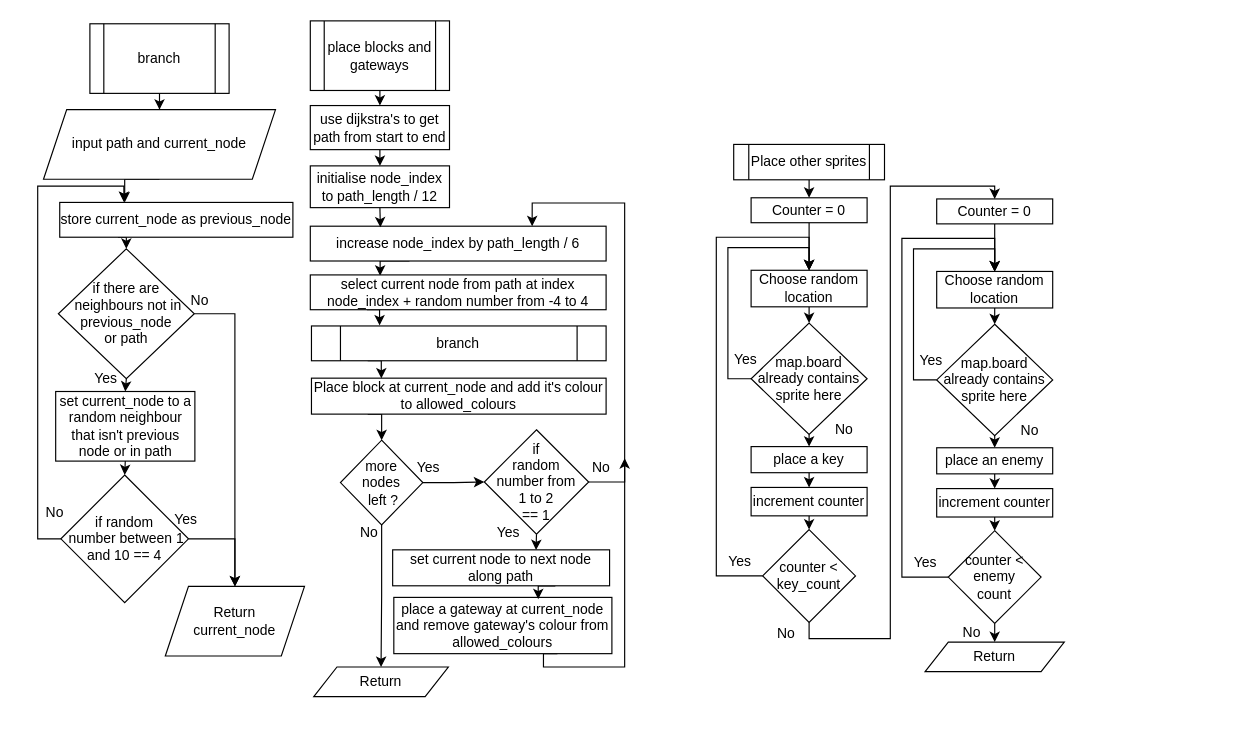
Scaniox/H446-programming-project keeps this draw.io diagram as maze population.drawio. Above is the earlier version. Source tidied: cells renumbered, new cells numbered last; positions are measured from the earlier drawing's top-left corner, leaving out a move shared by most shapes. Both pictures are drawn from the tidied source at 116%, with x=0, y=0 at pixel (20, 21).
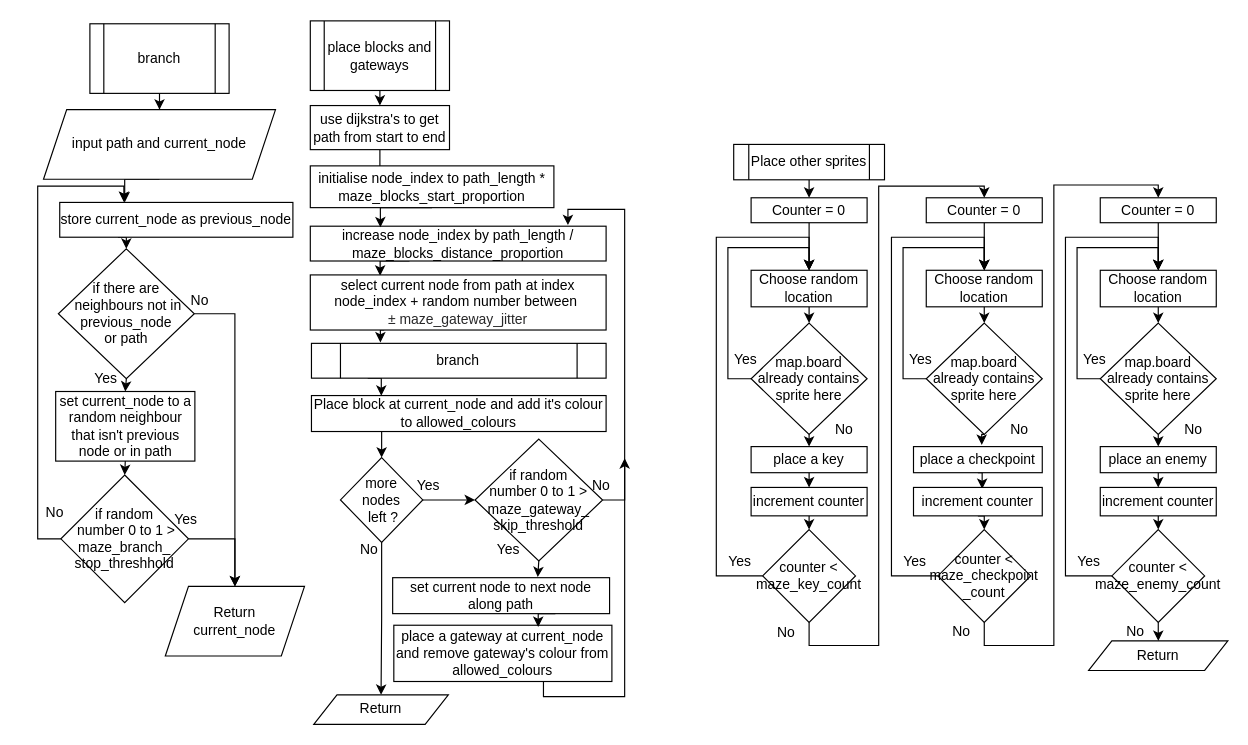
Above is the later version.

Diff of the diagram source:
```diff
@@
-    <mxCell id="7" value="increase node_index by path_length / 6" style="rounded=0;whiteSpace=wrap;html=1;" parent="1" vertex="1">
+    <mxCell id="7" value="increase node_index by path_length / maze_blocks_distance_proportion" style="rounded=0;whiteSpace=wrap;html=1;" parent="1" vertex="1">
       <mxGeometry x="250" y="176.5" width="255" height="30" as="geometry" />
     </mxCell>
     <mxCell id="8" style="edgeStyle=orthogonalEdgeStyle;rounded=0;jettySize=auto;html=1;exitX=0.5;exitY=1;exitDx=0;exitDy=0;entryX=0.237;entryY=0.033;entryDx=0;entryDy=0;entryPerimeter=0;" parent="1" edge="1" source="9" target="7">
-      <mxGeometry relative="1" as="geometry" />
+      <mxGeometry relative="1" as="geometry">
+        <Array as="points">
+          <mxPoint x="310" y="160" />
+          <mxPoint x="310" y="177" />
+          <mxPoint x="310" y="177" />
+        </Array>
+      </mxGeometry>
     </mxCell>
-    <mxCell id="9" value="initialise node_index to path_length / 12" style="rounded=0;whiteSpace=wrap;html=1;" parent="1" vertex="1">
-      <mxGeometry x="250" y="124.5" width="120" height="36" as="geometry" />
+    <mxCell id="9" value="initialise node_index to path_length * maze_blocks_start_proportion" style="rounded=0;whiteSpace=wrap;html=1;" parent="1" vertex="1">
+      <mxGeometry x="250" y="124.5" width="210" height="36" as="geometry" />
     </mxCell>
@@
+    <mxCell id="90" style="edgeStyle=orthogonalEdgeStyle;rounded=0;jettySize=auto;html=1;exitX=0.25;exitY=1;exitDx=0;exitDy=0;entryX=0.234;entryY=-0.026;entryDx=0;entryDy=0;entryPerimeter=0;fontFamily=Helvetica;fontSize=12;" parent="1" edge="1" source="11" target="39">
+      <mxGeometry relative="1" as="geometry" />
+    </mxCell>
-    <mxCell id="11" value="select current node from path at index node_index + random number from -4 to 4" style="rounded=0;whiteSpace=wrap;html=1;" parent="1" vertex="1">
-      <mxGeometry x="250" y="218.5" width="255" height="30" as="geometry" />
+    <mxCell id="11" value="select current node from path at index node_index + random number between&amp;nbsp;&lt;br&gt;&lt;span style=&quot;color: rgb(40 , 40 , 41) ; background-color: rgb(255 , 255 , 255)&quot;&gt;&lt;font style=&quot;font-size: 12px&quot;&gt;± maze_gateway_jitter&lt;/font&gt;&lt;/span&gt;" style="rounded=0;whiteSpace=wrap;html=1;" parent="1" vertex="1">
+      <mxGeometry x="250" y="218.5" width="255" height="47.5" as="geometry" />
     </mxCell>
-    <mxCell id="12" style="edgeStyle=orthogonalEdgeStyle;rounded=0;jettySize=auto;html=1;exitX=0.75;exitY=1;exitDx=0;exitDy=0;entryX=0.75;entryY=0;entryDx=0;entryDy=0;" parent="1" edge="1" source="13" target="7">
+    <mxCell id="12" style="edgeStyle=orthogonalEdgeStyle;rounded=0;jettySize=auto;html=1;exitX=0.75;exitY=1;exitDx=0;exitDy=0;entryX=0.871;entryY=-0.031;entryDx=0;entryDy=0;entryPerimeter=0;" parent="1" edge="1" source="13" target="7">
       <mxGeometry relative="1" as="geometry">
         <Array as="points">
-          <mxPoint x="451" y="545.5" />
-          <mxPoint x="451" y="556.5" />
-          <mxPoint x="521" y="556.5" />
-          <mxPoint x="521" y="156.5" />
-          <mxPoint x="441" y="156.5" />
+          <mxPoint x="463" y="560" />
+          <mxPoint x="451" y="560" />
+          <mxPoint x="451" y="582" />
+          <mxPoint x="521" y="582" />
+          <mxPoint x="521" y="162" />
+          <mxPoint x="472" y="162" />
         </Array>
       </mxGeometry>
     </mxCell>
     <mxCell id="13" value="place a gateway at current_node and remove gateway's colour from allowed_colours" style="rounded=0;whiteSpace=wrap;html=1;" parent="1" vertex="1">
-      <mxGeometry x="322" y="496.5" width="188" height="48.5" as="geometry" />
+      <mxGeometry x="322" y="520.5" width="188" height="48.5" as="geometry" />
     </mxCell>
@@
     <mxCell id="20" value="more &lt;br&gt;nodes&lt;br&gt;&amp;nbsp;left ?" style="rhombus;whiteSpace=wrap;html=1;" parent="1" vertex="1">
-      <mxGeometry x="276" y="361" width="71" height="73" as="geometry" />
+      <mxGeometry x="276" y="376" width="71" height="73" as="geometry" />
     </mxCell>
@@
-    <mxCell id="30" value="if random&lt;br&gt;&amp;nbsp;number between 1 and 10 == 4" style="rhombus;whiteSpace=wrap;html=1;" parent="1" vertex="1">
+    <mxCell id="30" value="if random&lt;br&gt;&amp;nbsp;number 0 to 1 &amp;gt; maze_branch_&lt;br&gt;stop_threshhold" style="rhombus;whiteSpace=wrap;html=1;" parent="1" vertex="1">
       <mxGeometry x="35" y="391" width="110" height="110" as="geometry" />
     </mxCell>
@@
     <mxCell id="35" value="Yes" style="text;html=1;strokeColor=none;fillColor=none;align=center;verticalAlign=middle;whiteSpace=wrap;rounded=0;" parent="1" vertex="1">
-      <mxGeometry x="322" y="369.5" width="60" height="30" as="geometry" />
+      <mxGeometry x="322" y="384.5" width="60" height="30" as="geometry" />
     </mxCell>
@@
     <mxCell id="38" style="edgeStyle=orthogonalEdgeStyle;rounded=0;orthogonalLoop=1;jettySize=auto;html=1;exitX=0.25;exitY=1;exitDx=0;exitDy=0;entryX=0.296;entryY=0.005;entryDx=0;entryDy=0;entryPerimeter=0;" parent="1" edge="1">
       <mxGeometry relative="1" as="geometry">
-        <mxPoint x="299.5" y="292.5" as="sourcePoint" />
-        <mxPoint x="311.2" y="307.7" as="targetPoint" />
+        <mxPoint x="299.5" y="307.5" as="sourcePoint" />
+        <mxPoint x="311.2" y="322.7" as="targetPoint" />
         <Array as="points">
-          <mxPoint x="311" y="292.5" />
           <mxPoint x="311" y="307.5" />
+          <mxPoint x="311" y="322.5" />
         </Array>
       </mxGeometry>
     </mxCell>
     <mxCell id="39" value="branch" style="shape=process;whiteSpace=wrap;html=1;backgroundOutline=1;" parent="1" vertex="1">
-      <mxGeometry x="251" y="262.5" width="254" height="30" as="geometry" />
+      <mxGeometry x="251" y="277.5" width="254" height="30" as="geometry" />
     </mxCell>
     <mxCell id="40" style="edgeStyle=orthogonalEdgeStyle;rounded=0;jettySize=auto;html=1;exitX=0.25;exitY=1;exitDx=0;exitDy=0;entryX=0.5;entryY=0;entryDx=0;entryDy=0;" parent="1" edge="1" target="20">
       <mxGeometry relative="1" as="geometry">
-        <mxPoint x="299.5" y="338.5" as="sourcePoint" />
+        <mxPoint x="299.5" y="353.5" as="sourcePoint" />
       </mxGeometry>
     </mxCell>
     <mxCell id="41" value="Place block at current_node and add it's colour to allowed_colours" style="rounded=0;whiteSpace=wrap;html=1;" parent="1" vertex="1">
-      <mxGeometry x="251" y="307.5" width="254" height="31" as="geometry" />
+      <mxGeometry x="251" y="322.5" width="254" height="31" as="geometry" />
     </mxCell>
@@
     <mxCell id="43" value="set current node to next node along path" style="rounded=0;whiteSpace=wrap;html=1;" parent="1" vertex="1">
-      <mxGeometry x="321" y="455.5" width="187" height="31" as="geometry" />
+      <mxGeometry x="321" y="479.5" width="187" height="31" as="geometry" />
     </mxCell>
     <mxCell id="44" style="edgeStyle=orthogonalEdgeStyle;rounded=0;jettySize=auto;html=1;exitX=1;exitY=0.5;exitDx=0;exitDy=0;" parent="1" edge="1" source="46">
       <mxGeometry relative="1" as="geometry">
         <mxPoint x="521" y="376.5" as="targetPoint" />
+        <Array as="points">
+          <mxPoint x="521" y="412" />
+        </Array>
       </mxGeometry>
     </mxCell>
-    <mxCell id="45" style="edgeStyle=orthogonalEdgeStyle;rounded=0;jettySize=auto;html=1;exitX=0.5;exitY=1;exitDx=0;exitDy=0;entryX=0.661;entryY=0.005;entryDx=0;entryDy=0;entryPerimeter=0;" parent="1" edge="1" source="46" target="43">
+    <mxCell id="45" style="edgeStyle=orthogonalEdgeStyle;rounded=0;jettySize=auto;html=1;exitX=0.5;exitY=1;exitDx=0;exitDy=0;entryX=0.669;entryY=-0.018;entryDx=0;entryDy=0;entryPerimeter=0;" parent="1" edge="1" source="46" target="43">
       <mxGeometry relative="1" as="geometry" />
     </mxCell>
-    <mxCell id="46" value="if &lt;br&gt;random &lt;br&gt;number from&lt;br&gt;1 to 2&lt;br&gt;== 1" style="rhombus;whiteSpace=wrap;html=1;" parent="1" vertex="1">
-      <mxGeometry x="400" y="352" width="90" height="90" as="geometry" />
+    <mxCell id="46" value="if random &lt;br&gt;number 0 to 1 &amp;gt; maze_gateway_&lt;br&gt;skip_threshold" style="rhombus;whiteSpace=wrap;html=1;" parent="1" vertex="1">
+      <mxGeometry x="392" y="360" width="110" height="105" as="geometry" />
     </mxCell>
     <mxCell id="47" value="Yes" style="text;html=1;strokeColor=none;fillColor=none;align=center;verticalAlign=middle;whiteSpace=wrap;rounded=0;" parent="1" vertex="1">
-      <mxGeometry x="391" y="425.5" width="60" height="30" as="geometry" />
+      <mxGeometry x="391" y="440.5" width="60" height="30" as="geometry" />
     </mxCell>
     <mxCell id="48" value="No" style="text;html=1;strokeColor=none;fillColor=none;align=center;verticalAlign=middle;whiteSpace=wrap;rounded=0;" parent="1" vertex="1">
-      <mxGeometry x="471" y="369.5" width="60" height="30" as="geometry" />
+      <mxGeometry x="471" y="384.5" width="60" height="30" as="geometry" />
     </mxCell>
     <mxCell id="49" value="Return" style="shape=parallelogram;perimeter=parallelogramPerimeter;whiteSpace=wrap;html=1;fixedSize=1;" parent="1" vertex="1">
-      <mxGeometry x="253" y="556.5" width="116" height="25.5" as="geometry" />
+      <mxGeometry x="253" y="580.5" width="116" height="25.5" as="geometry" />
     </mxCell>
     <mxCell id="50" value="No" style="text;html=1;strokeColor=none;fillColor=none;align=center;verticalAlign=middle;whiteSpace=wrap;rounded=0;" parent="1" vertex="1">
-      <mxGeometry x="271" y="425.5" width="60" height="30" as="geometry" />
+      <mxGeometry x="271" y="440.5" width="60" height="30" as="geometry" />
     </mxCell>
@@
-    <mxCell id="63" style="edgeStyle=orthogonalEdgeStyle;rounded=0;jettySize=auto;html=1;exitX=0.5;exitY=1;exitDx=0;exitDy=0;entryX=0.5;entryY=0;entryDx=0;entryDy=0;" parent="1" edge="1" source="64" target="84">
+    <mxCell id="63" style="edgeStyle=orthogonalEdgeStyle;rounded=0;jettySize=auto;html=1;exitX=0.5;exitY=1;exitDx=0;exitDy=0;entryX=0.5;entryY=0;entryDx=0;entryDy=0;fontFamily=Helvetica;fontSize=12;" parent="1" edge="1" source="64" target="84">
       <mxGeometry relative="1" as="geometry">
         <Array as="points">
-          <mxPoint x="680" y="532" />
-          <mxPoint x="750" y="532" />
-          <mxPoint x="750" y="142" />
-          <mxPoint x="840" y="142" />
+          <mxPoint x="680" y="538" />
+          <mxPoint x="740" y="538" />
+          <mxPoint x="740" y="142" />
+          <mxPoint x="831" y="142" />
         </Array>
       </mxGeometry>
     </mxCell>
-    <mxCell id="64" value="counter &amp;lt; key_count" style="rhombus;whiteSpace=wrap;html=1;" parent="1" vertex="1">
+    <mxCell id="64" value="counter &amp;lt; maze_key_count" style="rhombus;whiteSpace=wrap;html=1;" parent="1" vertex="1">
       <mxGeometry x="640" y="438" width="80" height="80" as="geometry" />
     </mxCell>
@@
     <mxCell id="70" value="No" style="text;html=1;align=center;verticalAlign=middle;strokeColor=none;fillColor=none;" parent="1" vertex="1">
-      <mxGeometry x="645" y="518" width="30" height="20" as="geometry" />
+      <mxGeometry x="645" y="517" width="30" height="20" as="geometry" />
     </mxCell>
@@
     <mxCell id="72" value="Choose random location" style="rounded=0;whiteSpace=wrap;html=1;" parent="1" vertex="1">
-      <mxGeometry x="790" y="215.5" width="100" height="31.5" as="geometry" />
+      <mxGeometry x="781" y="214.5" width="100" height="31.5" as="geometry" />
     </mxCell>
     <mxCell id="73" style="edgeStyle=orthogonalEdgeStyle;rounded=0;jettySize=auto;html=1;exitX=0;exitY=0.5;exitDx=0;exitDy=0;entryX=0.5;entryY=0;entryDx=0;entryDy=0;" parent="1" edge="1" source="75" target="72">
       <mxGeometry relative="1" as="geometry">
         <Array as="points">
-          <mxPoint x="770" y="309" />
-          <mxPoint x="770" y="196" />
-          <mxPoint x="840" y="196" />
+          <mxPoint x="761" y="308" />
+          <mxPoint x="761" y="195" />
+          <mxPoint x="831" y="195" />
         </Array>
       </mxGeometry>
     </mxCell>
-    <mxCell id="74" style="edgeStyle=orthogonalEdgeStyle;rounded=0;jettySize=auto;html=1;exitX=0.5;exitY=1;exitDx=0;exitDy=0;entryX=0.5;entryY=0;entryDx=0;entryDy=0;" parent="1" edge="1" source="75" target="77">
+    <mxCell id="74" style="edgeStyle=orthogonalEdgeStyle;rounded=0;jettySize=auto;html=1;exitX=0.5;exitY=1;exitDx=0;exitDy=0;entryX=0.53;entryY=-0.066;entryDx=0;entryDy=0;entryPerimeter=0;" parent="1" edge="1" source="75" target="77">
       <mxGeometry relative="1" as="geometry" />
     </mxCell>
     <mxCell id="75" value="map.board already contains sprite here" style="rhombus;whiteSpace=wrap;html=1;" parent="1" vertex="1">
-      <mxGeometry x="790" y="261" width="100" height="96" as="geometry" />
+      <mxGeometry x="781" y="260" width="100" height="96" as="geometry" />
     </mxCell>
-    <mxCell id="76" style="edgeStyle=orthogonalEdgeStyle;rounded=0;jettySize=auto;html=1;exitX=0.5;exitY=1;exitDx=0;exitDy=0;entryX=0.5;entryY=0;entryDx=0;entryDy=0;" parent="1" edge="1" source="77" target="79">
+    <mxCell id="76" style="edgeStyle=orthogonalEdgeStyle;rounded=0;jettySize=auto;html=1;exitX=0.5;exitY=1;exitDx=0;exitDy=0;entryX=0.533;entryY=0.051;entryDx=0;entryDy=0;entryPerimeter=0;" parent="1" edge="1" source="77" target="79">
       <mxGeometry relative="1" as="geometry" />
     </mxCell>
-    <mxCell id="77" value="place an enemy" style="rounded=0;whiteSpace=wrap;html=1;" parent="1" vertex="1">
-      <mxGeometry x="790" y="367.5" width="100" height="22.5" as="geometry" />
+    <mxCell id="77" value="place a checkpoint" style="rounded=0;whiteSpace=wrap;html=1;" parent="1" vertex="1">
+      <mxGeometry x="770" y="366.5" width="111" height="22.5" as="geometry" />
     </mxCell>
@@
     <mxCell id="79" value="increment counter" style="rounded=0;whiteSpace=wrap;html=1;" parent="1" vertex="1">
-      <mxGeometry x="790" y="402.7" width="100" height="24.5" as="geometry" />
+      <mxGeometry x="770" y="401.7" width="111" height="24.5" as="geometry" />
     </mxCell>
     <mxCell id="80" style="edgeStyle=orthogonalEdgeStyle;rounded=0;jettySize=auto;html=1;exitX=0;exitY=0.5;exitDx=0;exitDy=0;entryX=0.5;entryY=0;entryDx=0;entryDy=0;" parent="1" edge="1" source="82" target="72">
       <mxGeometry relative="1" as="geometry">
         <Array as="points">
-          <mxPoint x="760" y="479" />
-          <mxPoint x="760" y="187" />
-          <mxPoint x="840" y="187" />
+          <mxPoint x="751" y="478" />
+          <mxPoint x="751" y="186" />
+          <mxPoint x="831" y="186" />
         </Array>
       </mxGeometry>
     </mxCell>
-    <mxCell id="81" style="edgeStyle=orthogonalEdgeStyle;rounded=0;jettySize=auto;html=1;exitX=0.5;exitY=1;exitDx=0;exitDy=0;entryX=0.5;entryY=0;entryDx=0;entryDy=0;" parent="1" edge="1" source="82" target="88">
-      <mxGeometry relative="1" as="geometry" />
-    </mxCell>
+    <mxCell id="91" style="edgeStyle=orthogonalEdgeStyle;rounded=0;jettySize=auto;html=1;exitX=0.5;exitY=1;exitDx=0;exitDy=0;entryX=0.5;entryY=0;entryDx=0;entryDy=0;fontFamily=Helvetica;fontSize=12;" parent="1" edge="1" source="82" target="105">
+      <mxGeometry relative="1" as="geometry">
+        <Array as="points">
+          <mxPoint x="831" y="538" />
+          <mxPoint x="891" y="538" />
+          <mxPoint x="891" y="141" />
+          <mxPoint x="981" y="141" />
+        </Array>
+      </mxGeometry>
+    </mxCell>
-    <mxCell id="82" value="counter &amp;lt; enemy &lt;br&gt;count" style="rhombus;whiteSpace=wrap;html=1;" parent="1" vertex="1">
-      <mxGeometry x="800" y="439" width="80" height="80" as="geometry" />
+    <mxCell id="82" value="counter &amp;lt; maze_checkpoint&lt;br&gt;_count" style="rhombus;whiteSpace=wrap;html=1;" parent="1" vertex="1">
+      <mxGeometry x="791" y="438" width="80" height="80" as="geometry" />
     </mxCell>
@@
     <mxCell id="84" value="Counter = 0" style="rounded=0;whiteSpace=wrap;html=1;" parent="1" vertex="1">
-      <mxGeometry x="790" y="153" width="100" height="21.5" as="geometry" />
+      <mxGeometry x="781" y="152" width="100" height="21.5" as="geometry" />
     </mxCell>
     <mxCell id="85" value="Yes" style="text;html=1;align=center;verticalAlign=middle;strokeColor=none;fillColor=none;" parent="1" vertex="1">
-      <mxGeometry x="765" y="283" width="40" height="20" as="geometry" />
+      <mxGeometry x="756" y="282" width="40" height="20" as="geometry" />
     </mxCell>
     <mxCell id="86" value="Yes" style="text;html=1;align=center;verticalAlign=middle;strokeColor=none;fillColor=none;" parent="1" vertex="1">
-      <mxGeometry x="760" y="456.5" width="40" height="20" as="geometry" />
+      <mxGeometry x="751" y="455.5" width="40" height="20" as="geometry" />
     </mxCell>
     <mxCell id="87" value="No" style="text;html=1;align=center;verticalAlign=middle;strokeColor=none;fillColor=none;" parent="1" vertex="1">
-      <mxGeometry x="855" y="343" width="30" height="20" as="geometry" />
+      <mxGeometry x="846" y="342" width="30" height="20" as="geometry" />
     </mxCell>
+    <mxCell id="89" value="No" style="text;html=1;align=center;verticalAlign=middle;strokeColor=none;fillColor=none;" parent="1" vertex="1">
+      <mxGeometry x="796" y="516" width="30" height="20" as="geometry" />
+    </mxCell>
+    <mxCell id="92" style="edgeStyle=orthogonalEdgeStyle;rounded=0;jettySize=auto;html=1;exitX=0.5;exitY=1;exitDx=0;exitDy=0;entryX=0.5;entryY=0;entryDx=0;entryDy=0;" parent="1" edge="1" source="93" target="96">
+      <mxGeometry relative="1" as="geometry" />
+    </mxCell>
+    <mxCell id="93" value="Choose random location" style="rounded=0;whiteSpace=wrap;html=1;" parent="1" vertex="1">
+      <mxGeometry x="931" y="214.5" width="100" height="31.5" as="geometry" />
+    </mxCell>
+    <mxCell id="94" style="edgeStyle=orthogonalEdgeStyle;rounded=0;jettySize=auto;html=1;exitX=0;exitY=0.5;exitDx=0;exitDy=0;entryX=0.5;entryY=0;entryDx=0;entryDy=0;" parent="1" edge="1" source="96" target="93">
+      <mxGeometry relative="1" as="geometry">
+        <Array as="points">
+          <mxPoint x="911" y="308" />
+          <mxPoint x="911" y="195" />
+          <mxPoint x="981" y="195" />
+        </Array>
+      </mxGeometry>
+    </mxCell>
+    <mxCell id="95" style="edgeStyle=orthogonalEdgeStyle;rounded=0;jettySize=auto;html=1;exitX=0.5;exitY=1;exitDx=0;exitDy=0;entryX=0.5;entryY=0;entryDx=0;entryDy=0;" parent="1" edge="1" source="96" target="98">
+      <mxGeometry relative="1" as="geometry" />
+    </mxCell>
+    <mxCell id="96" value="map.board already contains sprite here" style="rhombus;whiteSpace=wrap;html=1;" parent="1" vertex="1">
+      <mxGeometry x="931" y="260" width="100" height="96" as="geometry" />
+    </mxCell>
+    <mxCell id="97" style="edgeStyle=orthogonalEdgeStyle;rounded=0;jettySize=auto;html=1;exitX=0.5;exitY=1;exitDx=0;exitDy=0;entryX=0.5;entryY=0;entryDx=0;entryDy=0;" parent="1" edge="1" source="98" target="100">
+      <mxGeometry relative="1" as="geometry" />
+    </mxCell>
+    <mxCell id="98" value="place an enemy" style="rounded=0;whiteSpace=wrap;html=1;" parent="1" vertex="1">
+      <mxGeometry x="931" y="366.5" width="100" height="22.5" as="geometry" />
+    </mxCell>
+    <mxCell id="99" style="edgeStyle=orthogonalEdgeStyle;rounded=0;jettySize=auto;html=1;exitX=0.5;exitY=1;exitDx=0;exitDy=0;entryX=0.5;entryY=0;entryDx=0;entryDy=0;" parent="1" edge="1" source="100" target="103">
+      <mxGeometry relative="1" as="geometry" />
+    </mxCell>
+    <mxCell id="100" value="increment counter" style="rounded=0;whiteSpace=wrap;html=1;" parent="1" vertex="1">
+      <mxGeometry x="931" y="401.7" width="100" height="24.5" as="geometry" />
+    </mxCell>
+    <mxCell id="101" style="edgeStyle=orthogonalEdgeStyle;rounded=0;jettySize=auto;html=1;exitX=0;exitY=0.5;exitDx=0;exitDy=0;entryX=0.5;entryY=0;entryDx=0;entryDy=0;" parent="1" edge="1" source="103" target="93">
+      <mxGeometry relative="1" as="geometry">
+        <Array as="points">
+          <mxPoint x="901" y="478" />
+          <mxPoint x="901" y="186" />
+          <mxPoint x="981" y="186" />
+        </Array>
+      </mxGeometry>
+    </mxCell>
+    <mxCell id="102" style="edgeStyle=orthogonalEdgeStyle;rounded=0;jettySize=auto;html=1;exitX=0.5;exitY=1;exitDx=0;exitDy=0;entryX=0.5;entryY=0;entryDx=0;entryDy=0;" parent="1" edge="1" source="103" target="88">
+      <mxGeometry relative="1" as="geometry" />
+    </mxCell>
+    <mxCell id="103" value="counter &amp;lt; maze_enemy_count" style="rhombus;whiteSpace=wrap;html=1;" parent="1" vertex="1">
+      <mxGeometry x="941" y="438" width="80" height="80" as="geometry" />
+    </mxCell>
+    <mxCell id="104" style="edgeStyle=orthogonalEdgeStyle;rounded=0;jettySize=auto;html=1;exitX=0.5;exitY=1;exitDx=0;exitDy=0;entryX=0.5;entryY=0;entryDx=0;entryDy=0;" parent="1" edge="1" source="105" target="93">
+      <mxGeometry relative="1" as="geometry" />
+    </mxCell>
+    <mxCell id="105" value="Counter = 0" style="rounded=0;whiteSpace=wrap;html=1;" parent="1" vertex="1">
+      <mxGeometry x="931" y="152" width="100" height="21.5" as="geometry" />
+    </mxCell>
+    <mxCell id="106" value="Yes" style="text;html=1;align=center;verticalAlign=middle;strokeColor=none;fillColor=none;" parent="1" vertex="1">
+      <mxGeometry x="906" y="282" width="40" height="20" as="geometry" />
+    </mxCell>
+    <mxCell id="107" value="Yes" style="text;html=1;align=center;verticalAlign=middle;strokeColor=none;fillColor=none;" parent="1" vertex="1">
+      <mxGeometry x="901" y="455.5" width="40" height="20" as="geometry" />
+    </mxCell>
+    <mxCell id="108" value="No" style="text;html=1;align=center;verticalAlign=middle;strokeColor=none;fillColor=none;" parent="1" vertex="1">
+      <mxGeometry x="996" y="342" width="30" height="20" as="geometry" />
+    </mxCell>
     <mxCell id="88" value="Return" style="shape=parallelogram;perimeter=parallelogramPerimeter;whiteSpace=wrap;html=1;fixedSize=1;" parent="1" vertex="1">
-      <mxGeometry x="780" y="535" width="120" height="25.5" as="geometry" />
+      <mxGeometry x="921" y="534" width="120" height="25.5" as="geometry" />
     </mxCell>
-    <mxCell id="89" value="No" style="text;html=1;align=center;verticalAlign=middle;strokeColor=none;fillColor=none;" parent="1" vertex="1">
-      <mxGeometry x="805" y="517" width="30" height="20" as="geometry" />
-    </mxCell>
+    <mxCell id="109" value="No" style="text;html=1;align=center;verticalAlign=middle;strokeColor=none;fillColor=none;" parent="1" vertex="1">
+      <mxGeometry x="946" y="516" width="30" height="20" as="geometry" />
+    </mxCell>
```
